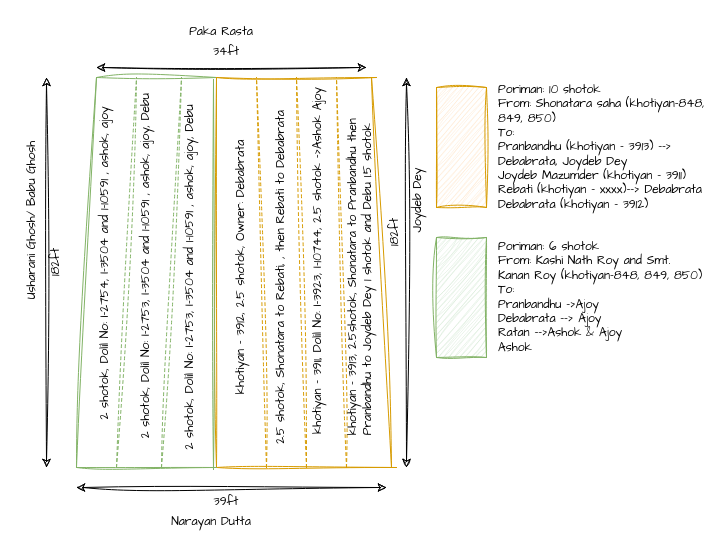
Above: Untitled Diagram.drawio in ashokmazumder/CodingTest (draw.io), before the change. Source tidied: cells renumbered, new cells numbered last; positions are measured from the earlier drawing's top-left corner, leaving out a move shared by most shapes. Both pictures are drawn from the tidied source at 100%, with x=0, y=0 at pixel (-64, 17).
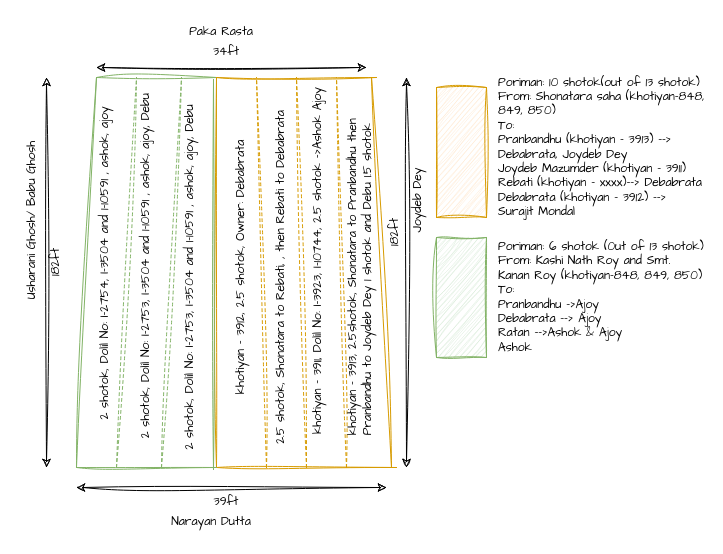
Above is the later version.

What changed in the source:
```diff
@@
     <mxCell id="23" style="rounded=0;whiteSpace=wrap;html=1;sketch=1;hachureGap=4;jiggle=2;curveFitting=1;fontFamily=Architects Daughter;fillColor=#ffe6cc;strokeColor=#d79b00;" parent="1" vertex="1">
-      <mxGeometry x="500" y="70" width="50" height="120" as="geometry" />
+      <mxGeometry x="500" y="70" width="50" height="130" as="geometry" />
     </mxCell>
@@
-    <mxCell id="25" value="Poriman: 10 shotok&lt;br&gt;From: Shonatara saha (khotiyan-848, 849, 850)&lt;div&gt;To:&amp;nbsp;&lt;/div&gt;&lt;div&gt;Pranbandhu (khotiyan - 3913) --&amp;gt; Debabrata, Joydeb Dey&lt;/div&gt;&lt;div&gt;Joydeb Mazumder (khotiyan - 3911)&lt;/div&gt;&lt;div&gt;Rebati (khotiyan - xxxx)--&amp;gt; Debabrata&lt;/div&gt;&lt;div&gt;Debabrata (khotiyan - 3912)&lt;/div&gt;" style="text;align=left;verticalAlign=middle;whiteSpace=wrap;rounded=0;fontFamily=Architects Daughter;html=1;labelBorderColor=none;fontColor=default;" parent="1" vertex="1">
-      <mxGeometry x="560" y="70" width="210" height="120" as="geometry" />
+    <mxCell id="25" value="Poriman: 10 shotok(out of 13 shotok)&lt;br&gt;From: Shonatara saha (khotiyan-848, 849, 850)&lt;div&gt;To:&amp;nbsp;&lt;/div&gt;&lt;div&gt;Pranbandhu (khotiyan - 3913) --&amp;gt; Debabrata, Joydeb Dey&lt;/div&gt;&lt;div&gt;Joydeb Mazumder (khotiyan - 3911)&lt;/div&gt;&lt;div&gt;Rebati (khotiyan - xxxx)--&amp;gt; Debabrata&lt;/div&gt;&lt;div&gt;Debabrata (khotiyan - 3912) --&amp;gt; Surajit Mondal&lt;/div&gt;" style="text;align=left;verticalAlign=middle;whiteSpace=wrap;rounded=0;fontFamily=Architects Daughter;html=1;labelBorderColor=none;fontColor=default;" parent="1" vertex="1">
+      <mxGeometry x="560" y="60" width="210" height="140" as="geometry" />
     </mxCell>
@@
-    <mxCell id="37" value="Poriman: 6 shotok&lt;br&gt;From: Kashi Nath Roy and Smt. Kanan Roy (khotiyan-848, 849, 850)&lt;div&gt;To:&amp;nbsp;&lt;/div&gt;&lt;div&gt;Pranbandhu -&amp;gt;Ajoy&lt;/div&gt;&lt;div&gt;Debabrata --&amp;gt; Ajoy&lt;/div&gt;&lt;div&gt;Ratan --&amp;gt;Ashok &amp;amp; Ajoy&lt;/div&gt;&lt;div&gt;Ashok&lt;/div&gt;" style="text;align=left;verticalAlign=middle;whiteSpace=wrap;rounded=0;fontFamily=Architects Daughter;html=1;labelBorderColor=none;fontColor=default;" parent="1" vertex="1">
+    <mxCell id="37" value="Poriman: 6 shotok (0ut of 13 shotok)&lt;br&gt;From: Kashi Nath Roy and Smt. Kanan Roy (khotiyan-848, 849, 850)&lt;div&gt;To:&amp;nbsp;&lt;/div&gt;&lt;div&gt;Pranbandhu -&amp;gt;Ajoy&lt;/div&gt;&lt;div&gt;Debabrata --&amp;gt; Ajoy&lt;/div&gt;&lt;div&gt;Ratan --&amp;gt;Ashok &amp;amp; Ajoy&lt;/div&gt;&lt;div&gt;Ashok&lt;/div&gt;" style="text;align=left;verticalAlign=middle;whiteSpace=wrap;rounded=0;fontFamily=Architects Daughter;html=1;labelBorderColor=none;fontColor=default;" parent="1" vertex="1">
       <mxGeometry x="560" y="220" width="210" height="120" as="geometry" />
     </mxCell>
```
